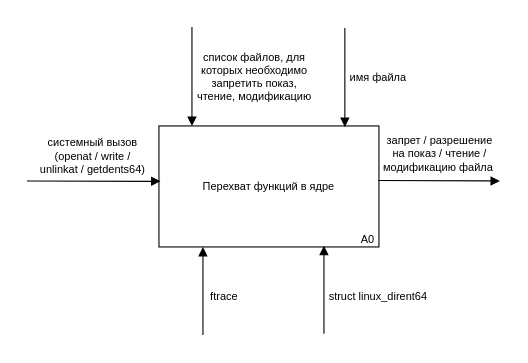
Above: page "idef0_0" (3 of 6) of Diagrams.drawio in tatarinova0903/bmstu_os_course (draw.io), before the change. Source tidied: cells renumbered, new cells numbered last; positions are measured from the earlier drawing's top-left corner, leaving out a move shared by most shapes. Both pictures are drawn from the tidied source at 110%, with x=0, y=0 at pixel (26, 26).
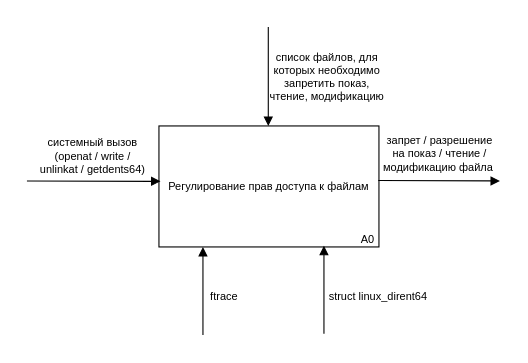
After the change.

Change to the diagram source:
```diff
@@
-    <mxCell id="2" value="Перехват функций в ядре" style="rounded=0;whiteSpace=wrap;html=1;fontSize=10;" parent="1" vertex="1">
+    <mxCell id="2" value="Регулирование прав доступа к файлам" style="rounded=0;whiteSpace=wrap;html=1;fontSize=10;" parent="1" vertex="1">
       <mxGeometry x="120" y="90" width="200" height="110" as="geometry" />
     </mxCell>
@@
     <mxCell id="6" style="endArrow=block;html=1;rounded=0;endFill=1;fontSize=10;" parent="1" edge="1">
       <mxGeometry relative="1" as="geometry">
-        <mxPoint x="150" as="sourcePoint" />
-        <mxPoint x="150" y="90" as="targetPoint" />
+        <mxPoint x="219.4" as="sourcePoint" />
+        <mxPoint x="219.4" y="90" as="targetPoint" />
       </mxGeometry>
     </mxCell>
@@
-    <mxCell id="10" style="endArrow=block;html=1;rounded=0;endFill=1;fontSize=10;" parent="1" edge="1">
-      <mxGeometry relative="1" as="geometry">
-        <mxPoint x="289" y="1" as="sourcePoint" />
-        <mxPoint x="289" y="91" as="targetPoint" />
-      </mxGeometry>
-    </mxCell>
-    <mxCell id="11" value="имя файла" style="text;html=1;align=center;verticalAlign=middle;strokeColor=none;fillColor=none;fontSize=10;" parent="1" vertex="1">
-      <mxGeometry x="279" y="31" width="80" height="30" as="geometry" />
-    </mxCell>
@@
     <mxCell id="14" value="&lt;div style=&quot;font-size: 10px;&quot;&gt;список файлов, для которых необходимо запретить показ, чтение, модификацию&lt;br style=&quot;font-size: 10px;&quot;&gt;&lt;/div&gt;" style="rounded=0;whiteSpace=wrap;html=1;align=center;strokeWidth=0;opacity=0;fontSize=10;" parent="1" vertex="1">
-      <mxGeometry x="154" y="15" width="106" height="60" as="geometry" />
+      <mxGeometry x="220" y="15" width="106" height="60" as="geometry" />
     </mxCell>
```
